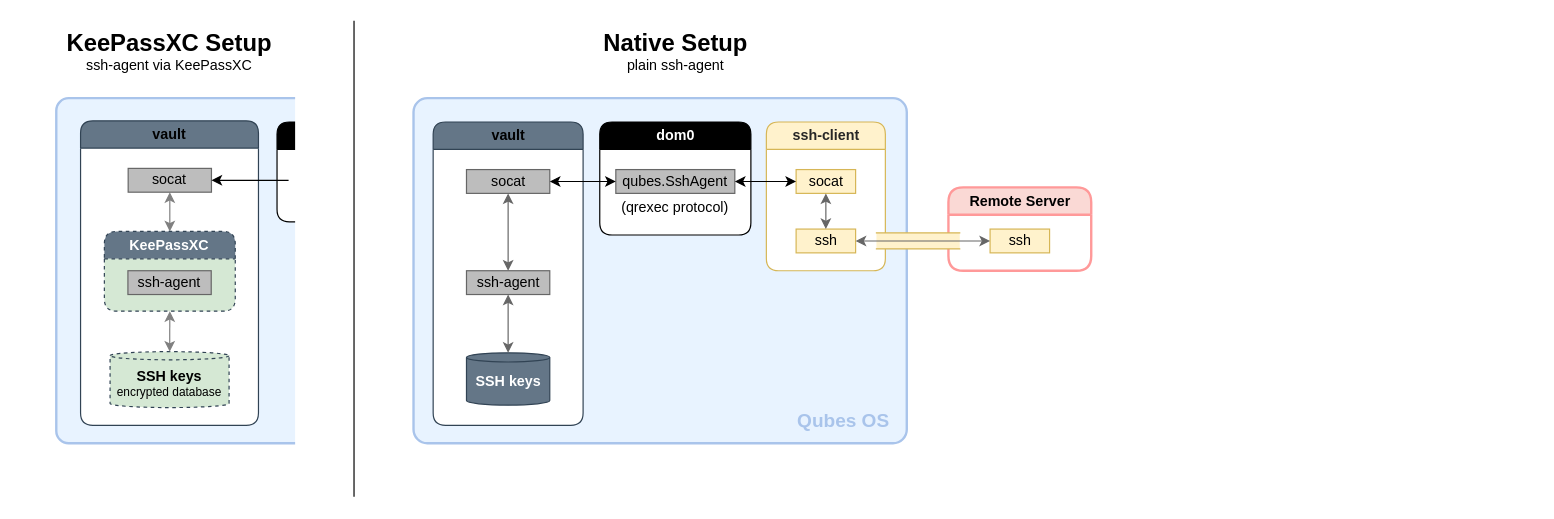
Above: split-ssh-keepassxc-7.drawio in ephemer4l/qubes-splitssh-diagram (draw.io), before the change. Source tidied: cells renumbered, new cells numbered last; positions are measured from the earlier drawing's top-left corner, leaving out a move shared by most shapes. Both pictures are drawn from the tidied source at 119%, with x=0, y=0 at pixel (43, 20).
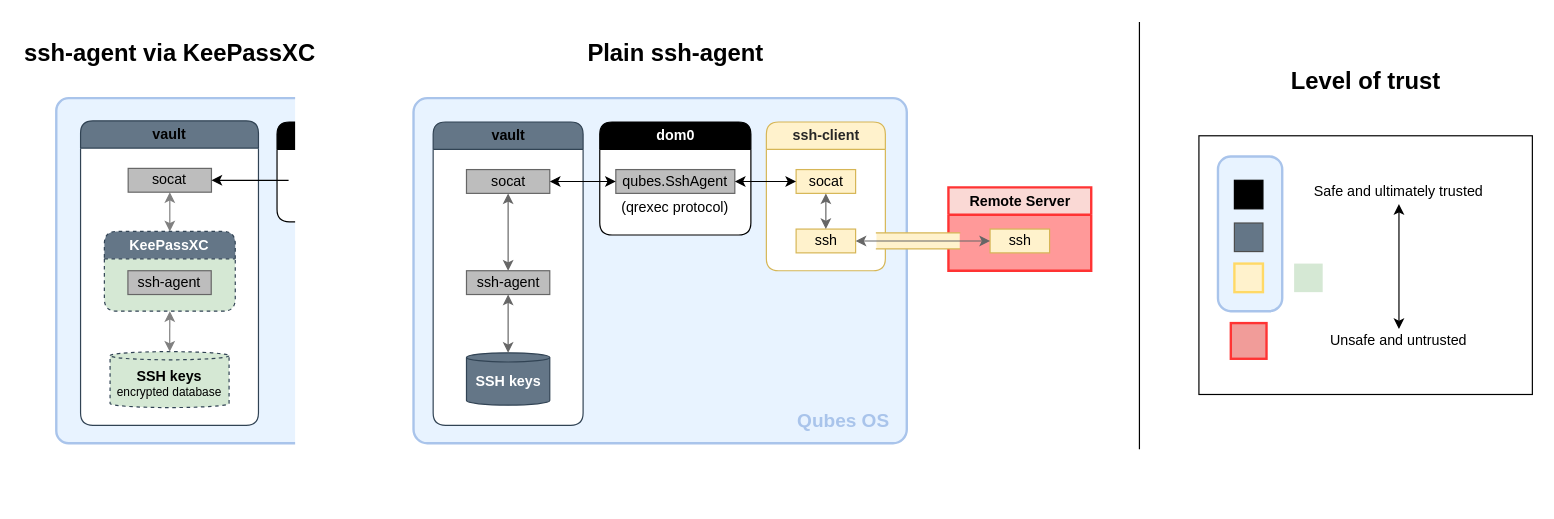
The same diagram, later.

Diff of the diagram source:
```diff
@@
-    <mxCell id="11" value="&lt;div&gt;&lt;b&gt;&lt;font style=&quot;font-size: 20px&quot;&gt;KeePassXC Setup&lt;/font&gt;&lt;/b&gt;&lt;/div&gt;&lt;div&gt;ssh-agent via KeePassXC&lt;/div&gt;" style="text;html=1;strokeColor=none;fillColor=none;align=center;verticalAlign=middle;whiteSpace=wrap;rounded=0;" parent="1" vertex="1">
-      <mxGeometry y="1" width="212" height="50" as="geometry" />
+    <mxCell id="11" value="&lt;div&gt;&lt;b&gt;&lt;font style=&quot;font-size: 20px&quot;&gt;ssh-agent via KeePassXC&lt;/font&gt;&lt;/b&gt;&lt;/div&gt;" style="text;html=1;strokeColor=none;fillColor=none;align=center;verticalAlign=middle;whiteSpace=wrap;rounded=0;" parent="1" vertex="1">
+      <mxGeometry x="-19.5" y="1" width="251" height="50" as="geometry" />
     </mxCell>
@@
-    <mxCell id="26" value="&lt;div style=&quot;font-size: 20px&quot;&gt;&lt;b&gt;&lt;font style=&quot;font-size: 20px&quot;&gt;Native Setup&lt;/font&gt;&lt;/b&gt;&lt;/div&gt;&lt;div&gt;plain ssh-agent&lt;br&gt;&lt;/div&gt;" style="text;html=1;strokeColor=none;fillColor=none;align=center;verticalAlign=middle;whiteSpace=wrap;rounded=0;" parent="1" vertex="1">
+    <mxCell id="26" value="&lt;div style=&quot;font-size: 20px&quot;&gt;&lt;b&gt;&lt;font style=&quot;font-size: 20px&quot;&gt;Plain ssh-agent&lt;/font&gt;&lt;/b&gt;&lt;/div&gt;" style="text;html=1;strokeColor=none;fillColor=none;align=center;verticalAlign=middle;whiteSpace=wrap;rounded=0;" parent="1" vertex="1">
       <mxGeometry x="415.5" y="6" width="231" height="40" as="geometry" />
     </mxCell>
-    <mxCell id="27" value="Remote Server" style="swimlane;whiteSpace=wrap;html=1;rounded=1;shadow=0;glass=0;comic=0;startSize=23;swimlaneFillColor=#ffffff;sketch=0;arcSize=18;swimlaneLine=1;strokeWidth=2;fillColor=#fad9d5;strokeColor=#FF9999;" parent="1" vertex="1">
+    <mxCell id="27" value="Remote Server" style="swimlane;whiteSpace=wrap;html=1;rounded=0;shadow=0;glass=0;comic=0;startSize=23;swimlaneFillColor=#FF9999;sketch=0;arcSize=18;swimlaneLine=1;strokeWidth=2;fillColor=#fad9d5;strokeColor=#FF3333;" parent="1" vertex="1">
       <mxGeometry x="760.5" y="140" width="120" height="70" as="geometry" />
     </mxCell>
@@
     <mxCell id="37" style="endArrow=none;html=1;strokeWidth=1;" parent="1" edge="1">
       <mxGeometry relative="1" as="geometry">
-        <mxPoint x="261" y="400" as="sourcePoint" />
-        <mxPoint x="261" as="targetPoint" />
+        <mxPoint x="921" y="360" as="sourcePoint" />
+        <mxPoint x="921" y="1" as="targetPoint" />
       </mxGeometry>
     </mxCell>
@@
+    <mxCell id="39" style="rounded=0;whiteSpace=wrap;html=1;" parent="1" vertex="1">
+      <mxGeometry x="971" y="96.6" width="280.2" height="217.4" as="geometry" />
+    </mxCell>
+    <mxCell id="40" style="rounded=1;whiteSpace=wrap;html=1;shadow=0;glass=0;sketch=0;strokeWidth=2;arcSize=20;fillColor=#E8F3FF;strokeColor=#A9C4EB;" parent="1" vertex="1">
+      <mxGeometry x="987" y="114" width="54" height="130" as="geometry" />
+    </mxCell>
+    <mxCell id="41" style="whiteSpace=wrap;html=1;rounded=0;fontColor=#ffffff;fillColor=#000000;" parent="1" vertex="1">
+      <mxGeometry x="1000.8" y="134" width="24" height="24" as="geometry" />
+    </mxCell>
+    <mxCell id="42" style="whiteSpace=wrap;html=1;rounded=0;fillColor=#647687;fontColor=#ffffff;strokeColor=#4D4D4D;" parent="1" vertex="1">
+      <mxGeometry x="1000.8" y="169.9" width="24" height="24" as="geometry" />
+    </mxCell>
+    <mxCell id="43" style="whiteSpace=wrap;html=1;rounded=0;fillColor=#fff2cc;strokeColor=#FFD966;strokeWidth=2;" parent="1" vertex="1">
+      <mxGeometry x="1000.8" y="204" width="24" height="24" as="geometry" />
+    </mxCell>
+    <mxCell id="44" style="whiteSpace=wrap;html=1;rounded=0;fillColor=#F19C99;strokeColor=#FF3333;strokeWidth=2;" parent="1" vertex="1">
+      <mxGeometry x="997.8" y="254" width="30" height="30" as="geometry" />
+    </mxCell>
+    <mxCell id="45" value="Safe and ultimately trusted" style="text;html=1;strokeColor=none;fillColor=none;align=center;verticalAlign=middle;whiteSpace=wrap;rounded=0;" parent="1" vertex="1">
+      <mxGeometry x="1041" y="134" width="196.2" height="20" as="geometry" />
+    </mxCell>
+    <mxCell id="46" style="whiteSpace=wrap;html=1;rounded=0;fillColor=#d5e8d4;strokeColor=none;" parent="1" vertex="1">
+      <mxGeometry x="1051" y="204" width="24" height="24" as="geometry" />
+    </mxCell>
+    <mxCell id="47" value="&lt;div style=&quot;font-size: 20px&quot;&gt;&lt;b&gt;&lt;font style=&quot;font-size: 20px&quot;&gt;Level of trust&lt;/font&gt;&lt;/b&gt;&lt;/div&gt;" style="text;html=1;strokeColor=none;fillColor=none;align=center;verticalAlign=middle;whiteSpace=wrap;rounded=0;" parent="1" vertex="1">
+      <mxGeometry x="995.6" y="30" width="231" height="40" as="geometry" />
+    </mxCell>
+    <mxCell id="48" value="Unsafe and untrusted" style="text;html=1;strokeColor=none;fillColor=none;align=center;verticalAlign=middle;whiteSpace=wrap;rounded=0;" parent="1" vertex="1">
+      <mxGeometry x="1041" y="259" width="196.2" height="20" as="geometry" />
+    </mxCell>
+    <mxCell id="49" style="endArrow=classic;startArrow=classic;html=1;entryX=0.5;entryY=1;entryDx=0;entryDy=0;exitX=0.5;exitY=0;exitDx=0;exitDy=0;" parent="1" edge="1" source="48" target="45">
+      <mxGeometry relative="1" as="geometry" />
+    </mxCell>
```
